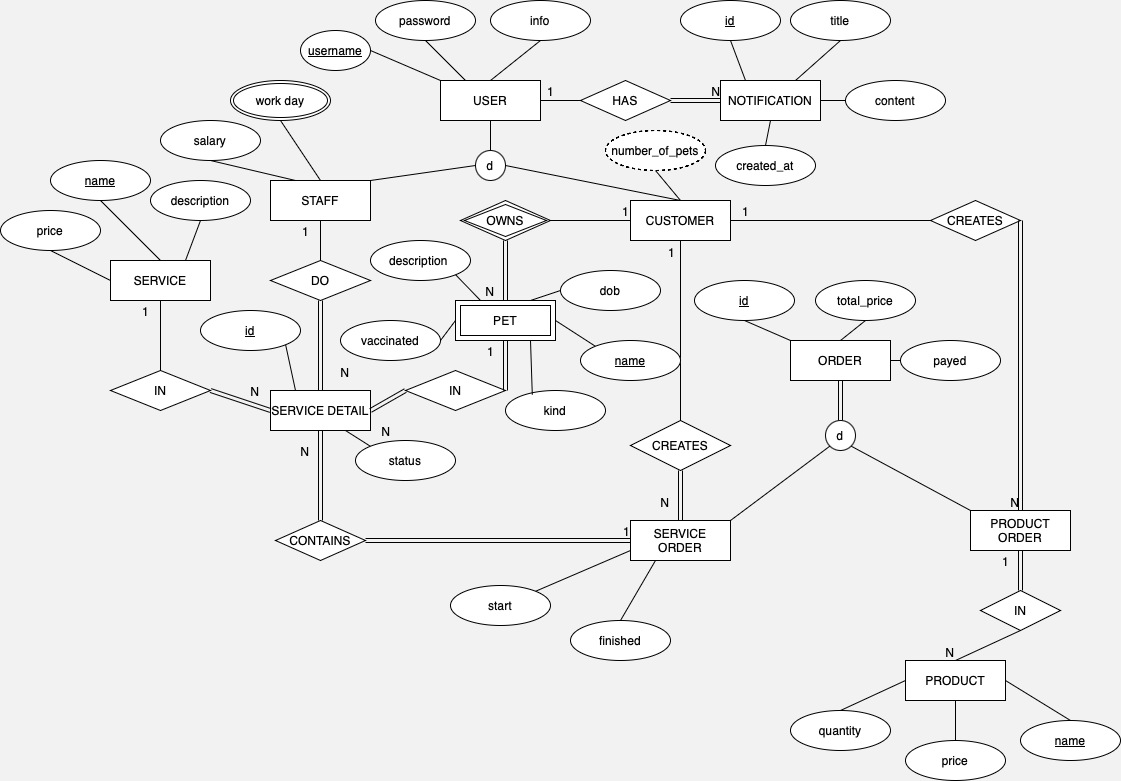
The draw.io diagram pet-spa-erd.drawio.png in blueonline07/auth-demo, before a commit. Source tidied: cells renumbered, new cells last; positions are measured from the earlier drawing's top-left corner, leaving out a move shared by most shapes.
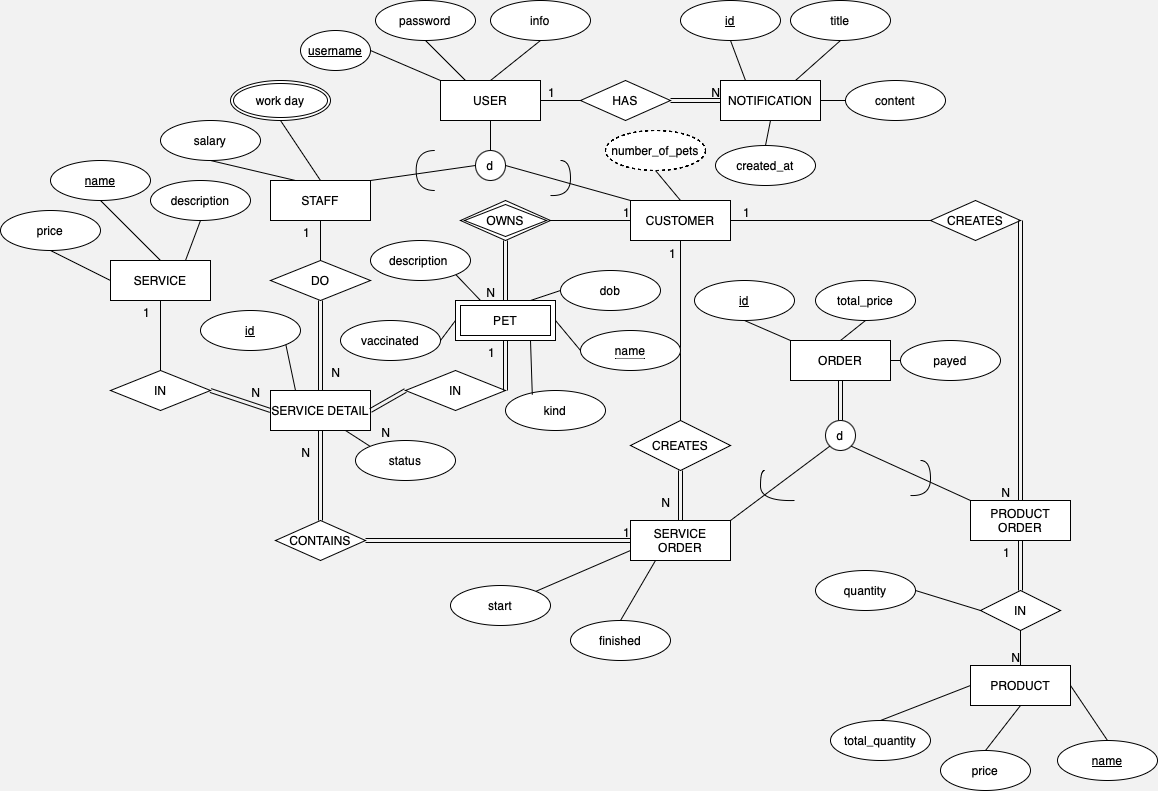
Above is the later version.

What changed in the source:
```diff
@@ -72,7 +72,7 @@
     </mxCell>
     <mxCell id="22" value="N" style="html=1;whiteSpace=wrap;align=right;verticalAlign=bottom;" parent="21" vertex="1">
       <mxGeometry x="1" relative="1" as="geometry">
-        <mxPoint x="30" y="-10" as="offset" />
+        <mxPoint x="20" y="-10" as="offset" />
       </mxGeometry>
     </mxCell>
     <mxCell id="23" value="SERVICE ORDER" style="whiteSpace=wrap;html=1;align=center;" parent="1" vertex="1">
@@ -115,9 +115,6 @@
     <mxCell id="34" style="endArrow=none;html=1;rounded=0;exitX=1;exitY=0;exitDx=0;exitDy=0;entryX=0;entryY=0.5;entryDx=0;entryDy=0;" parent="1" edge="1" source="5" target="33">
       <mxGeometry relative="1" as="geometry" />
     </mxCell>
-    <mxCell id="35" style="endArrow=none;html=1;rounded=0;exitX=1;exitY=0.5;exitDx=0;exitDy=0;entryX=0.5;entryY=0;entryDx=0;entryDy=0;" parent="1" edge="1" source="33" target="2">
-      <mxGeometry relative="1" as="geometry" />
-    </mxCell>
     <mxCell id="36" value="HAS" style="shape=rhombus;perimeter=rhombusPerimeter;whiteSpace=wrap;html=1;align=center;" parent="1" vertex="1">
       <mxGeometry x="580" y="80" width="90" height="40" as="geometry" />
     </mxCell>
@@ -136,10 +133,10 @@
       </mxGeometry>
     </mxCell>
     <mxCell id="41" value="PRODUCT" style="whiteSpace=wrap;html=1;align=center;" parent="1" vertex="1">
-      <mxGeometry x="905" y="660" width="100" height="40" as="geometry" />
+      <mxGeometry x="970" y="665" width="100" height="40" as="geometry" />
     </mxCell>
     <mxCell id="42" value="PRODUCT ORDER" style="whiteSpace=wrap;html=1;align=center;" parent="1" vertex="1">
-      <mxGeometry x="970" y="510" width="100" height="40" as="geometry" />
+      <mxGeometry x="970" y="500" width="100" height="40" as="geometry" />
     </mxCell>
     <mxCell id="43" value="IN" style="shape=rhombus;perimeter=rhombusPerimeter;whiteSpace=wrap;html=1;align=center;" parent="1" vertex="1">
       <mxGeometry x="980" y="590" width="80" height="40" as="geometry" />
@@ -173,7 +170,9 @@
       <mxGeometry relative="1" as="geometry" />
     </mxCell>
     <mxCell id="52" value="N" style="html=1;whiteSpace=wrap;align=right;verticalAlign=bottom;" parent="51" vertex="1">
-      <mxGeometry x="1" relative="1" as="geometry" />
+      <mxGeometry x="1" relative="1" as="geometry">
+        <mxPoint x="-10" as="offset" />
+      </mxGeometry>
     </mxCell>
     <mxCell id="53" value="&lt;u&gt;username&lt;/u&gt;" style="ellipse;whiteSpace=wrap;html=1;" parent="1" vertex="1">
       <mxGeometry x="300" y="30" width="70" height="40" as="geometry" />
@@ -313,7 +312,7 @@
     <mxCell id="96" style="endArrow=none;html=1;rounded=0;exitX=0.75;exitY=1;exitDx=0;exitDy=0;entryX=0.268;entryY=0.107;entryDx=0;entryDy=0;entryPerimeter=0;" parent="1" edge="1" source="4" target="93">
       <mxGeometry relative="1" as="geometry" />
     </mxCell>
-    <mxCell id="97" style="endArrow=none;html=1;rounded=0;exitX=1;exitY=0.5;exitDx=0;exitDy=0;entryX=0;entryY=0;entryDx=0;entryDy=0;" parent="1" edge="1" source="4" target="104">
+    <mxCell id="97" style="endArrow=none;html=1;rounded=0;exitX=1;exitY=0.5;exitDx=0;exitDy=0;entryX=0;entryY=0.5;entryDx=0;entryDy=0;" parent="1" edge="1" source="4" target="104">
       <mxGeometry relative="1" as="geometry" />
     </mxCell>
     <mxCell id="98" value="dob" style="ellipse;whiteSpace=wrap;html=1;align=center;" parent="1" vertex="1">
@@ -334,17 +333,14 @@
     <mxCell id="103" style="endArrow=none;html=1;rounded=0;exitX=0.5;exitY=1;exitDx=0;exitDy=0;entryX=0.5;entryY=0;entryDx=0;entryDy=0;" parent="1" edge="1" source="102" target="2">
       <mxGeometry relative="1" as="geometry" />
     </mxCell>
-    <mxCell id="104" value="&lt;span&gt;name&lt;/span&gt;" style="ellipse;whiteSpace=wrap;html=1;align=center;fontStyle=4;" parent="1" vertex="1">
-      <mxGeometry x="580" y="340" width="100" height="40" as="geometry" />
-    </mxCell>
     <mxCell id="105" value="price" style="ellipse;whiteSpace=wrap;html=1;align=center;" parent="1" vertex="1">
-      <mxGeometry x="905" y="740" width="100" height="40" as="geometry" />
+      <mxGeometry x="940" y="750" width="90" height="40" as="geometry" />
     </mxCell>
-    <mxCell id="106" value="quantity" style="ellipse;whiteSpace=wrap;html=1;align=center;" parent="1" vertex="1">
-      <mxGeometry x="790" y="710" width="100" height="40" as="geometry" />
+    <mxCell id="106" value="total_quantity" style="ellipse;whiteSpace=wrap;html=1;align=center;" parent="1" vertex="1">
+      <mxGeometry x="830" y="720" width="100" height="40" as="geometry" />
     </mxCell>
     <mxCell id="107" value="name" style="ellipse;whiteSpace=wrap;html=1;align=center;fontStyle=4;" parent="1" vertex="1">
-      <mxGeometry x="1020" y="720" width="100" height="40" as="geometry" />
+      <mxGeometry x="1057" y="740" width="100" height="40" as="geometry" />
     </mxCell>
     <mxCell id="108" style="endArrow=none;html=1;rounded=0;entryX=0.5;entryY=0;entryDx=0;entryDy=0;exitX=0;exitY=0.5;exitDx=0;exitDy=0;" parent="1" edge="1" source="41" target="106">
       <mxGeometry relative="1" as="geometry" />
@@ -388,5 +384,60 @@
     <mxCell id="121" style="endArrow=none;html=1;rounded=0;exitX=0;exitY=0.5;exitDx=0;exitDy=0;entryX=1;entryY=0.5;entryDx=0;entryDy=0;" parent="1" edge="1" source="117" target="111">
       <mxGeometry relative="1" as="geometry" />
     </mxCell>
+    <mxCell id="122" value="quantity" style="ellipse;whiteSpace=wrap;html=1;align=center;" parent="1" vertex="1">
+      <mxGeometry x="815" y="570" width="100" height="40" as="geometry" />
+    </mxCell>
+    <mxCell id="123" style="endArrow=none;html=1;rounded=0;entryX=0;entryY=0.5;entryDx=0;entryDy=0;exitX=1;exitY=0.5;exitDx=0;exitDy=0;" parent="1" edge="1" source="122" target="43">
+      <mxGeometry relative="1" as="geometry" />
+    </mxCell>
+    <mxCell id="104" value="&lt;span style=&quot;border-bottom: 1px dotted&quot;&gt;name&lt;/span&gt;" style="ellipse;whiteSpace=wrap;html=1;align=center;" parent="1" vertex="1">
+      <mxGeometry x="580" y="330" width="100" height="40" as="geometry" />
+    </mxCell>
+    <mxCell id="124" style="endArrow=none;html=1;rounded=0;edgeStyle=orthogonalEdgeStyle;curved=1;" parent="1" edge="1">
+      <mxGeometry relative="1" as="geometry">
+        <mxPoint x="434.2" y="190" as="sourcePoint" />
+        <mxPoint x="434.2" y="150" as="targetPoint" />
+        <Array as="points">
+          <mxPoint x="415.7" y="190" />
+          <mxPoint x="415.7" y="150" />
+        </Array>
+      </mxGeometry>
+    </mxCell>
+    <mxCell id="125" style="endArrow=none;html=1;rounded=0;exitX=0;exitY=0;exitDx=0;exitDy=0;entryX=1;entryY=0.5;entryDx=0;entryDy=0;" parent="1" edge="1" source="2" target="33">
+      <mxGeometry relative="1" as="geometry" />
+    </mxCell>
+    <mxCell id="126" style="endArrow=none;html=1;rounded=0;edgeStyle=orthogonalEdgeStyle;curved=1;" parent="1" edge="1">
+      <mxGeometry relative="1" as="geometry">
+        <mxPoint x="550" y="195" as="sourcePoint" />
+        <mxPoint x="560" y="160" as="targetPoint" />
+        <Array as="points">
+          <mxPoint x="550" y="196" />
+          <mxPoint x="570" y="196" />
+          <mxPoint x="570" y="160" />
+        </Array>
+      </mxGeometry>
+    </mxCell>
+    <mxCell id="127" style="endArrow=none;html=1;rounded=0;edgeStyle=orthogonalEdgeStyle;curved=1;" parent="1" edge="1">
+      <mxGeometry relative="1" as="geometry">
+        <mxPoint x="910" y="495" as="sourcePoint" />
+        <mxPoint x="920" y="460" as="targetPoint" />
+        <Array as="points">
+          <mxPoint x="910" y="496" />
+          <mxPoint x="930" y="496" />
+          <mxPoint x="930" y="460" />
+        </Array>
+      </mxGeometry>
+    </mxCell>
+    <mxCell id="128" style="endArrow=none;html=1;rounded=0;edgeStyle=orthogonalEdgeStyle;curved=1;" parent="1" edge="1">
+      <mxGeometry relative="1" as="geometry">
+        <mxPoint x="794" y="500" as="sourcePoint" />
+        <mxPoint x="764" y="470" as="targetPoint" />
+        <Array as="points">
+          <mxPoint x="794" y="501" />
+          <mxPoint x="760" y="501" />
+          <mxPoint x="760" y="470" />
+        </Array>
+      </mxGeometry>
+    </mxCell>
   </root>
 </mxGraphModel>
```
